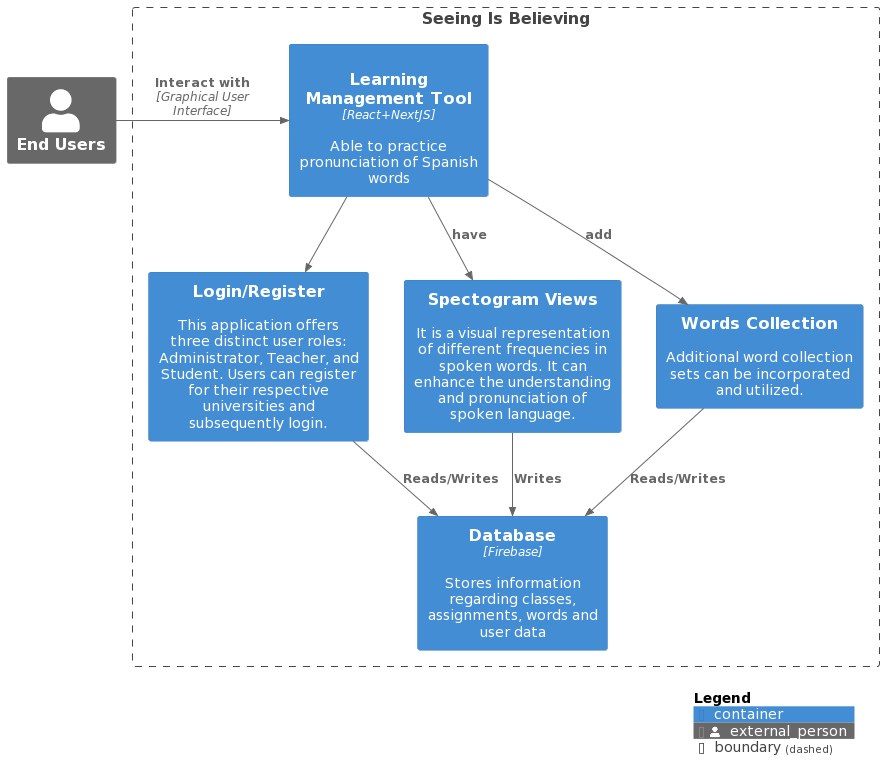
Above: docs/SIB/architecture.png in oss-slu/oss.slu.github.io (PlantUML), before the change.
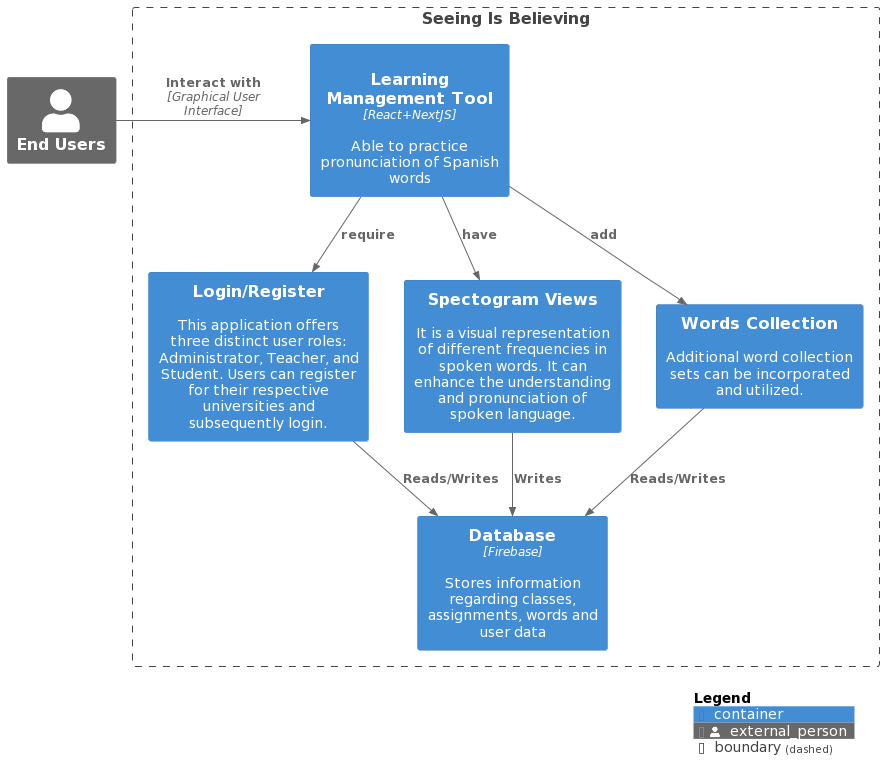
Above is the later version.

What changed in the source:
```diff
@@ -27,9 +27,9 @@
    Container(database, "Database", "Firebase", "Stores information regarding classes, assignments, words and user data", $sprite="")
 }
 
-Rel_D(MA, setup, "")
+Rel_D(MA, setup, "require")
+Rel_D(MA, map, "have")
 Rel_D(MA, data, "add")
-Rel_D(MA, map, "have")
 Rel_D(setup, database, "Reads/Writes")
 Rel_D(map, database, "Writes")
 Rel_D(data, database, "Reads/Writes")
```
